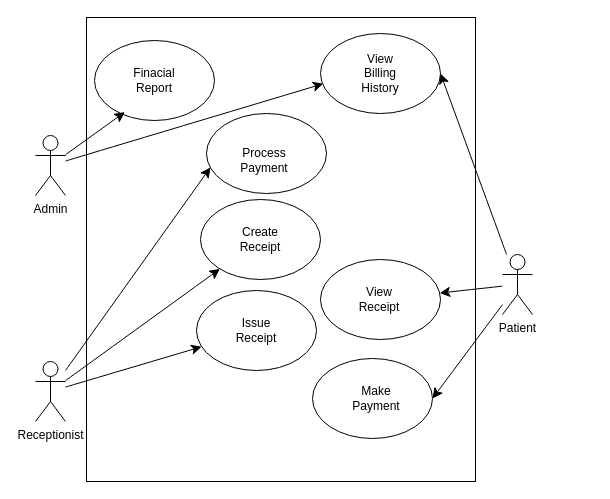
This is page "Page-4" (4 of 5) of UseCaseDiagram.drawio from samoc2023/WebFrameWorkTest, a draw.io file, before an edit. Source tidied: cells renumbered, new cells numbered last; positions are measured from the earlier drawing's top-left corner, leaving out a move shared by most shapes. Both pictures are drawn from the tidied source at 100%, with x=0, y=0 at pixel (35, 17).
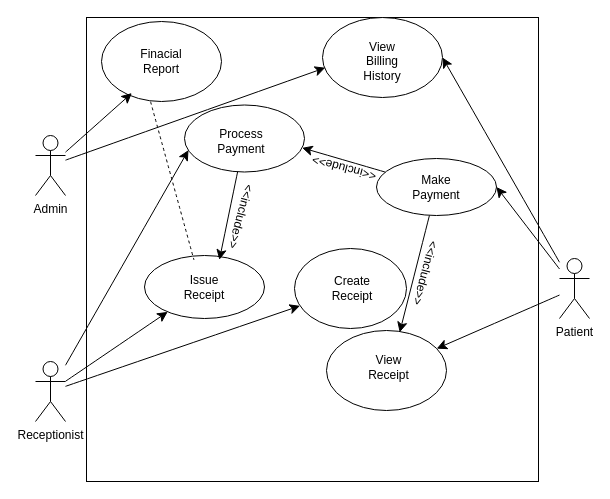
The same diagram, later.

Diff of the diagram source:
```diff
@@
     <mxCell id="2" style="rounded=0;whiteSpace=wrap;html=1;" parent="1" vertex="1">
-      <mxGeometry x="51" width="389" height="464" as="geometry" />
+      <mxGeometry x="51" width="452" height="464" as="geometry" />
     </mxCell>
@@
     <mxCell id="10" value="Patient" style="shape=umlActor;verticalLabelPosition=bottom;verticalAlign=top;html=1;outlineConnect=0;" parent="1" vertex="1">
-      <mxGeometry x="467" y="237" width="30" height="60" as="geometry" />
+      <mxGeometry x="524" y="241" width="30" height="60" as="geometry" />
     </mxCell>
     <mxCell id="11" style="ellipse;whiteSpace=wrap;html=1;" parent="1" vertex="1">
-      <mxGeometry x="171" y="96" width="120" height="80" as="geometry" />
+      <mxGeometry x="149" y="87.5" width="120" height="67" as="geometry" />
     </mxCell>
     <mxCell id="12" style="ellipse;whiteSpace=wrap;html=1;" parent="1" vertex="1">
-      <mxGeometry x="165" y="182" width="120" height="80" as="geometry" />
+      <mxGeometry x="259" y="231" width="112" height="80" as="geometry" />
     </mxCell>
     <mxCell id="13" style="ellipse;whiteSpace=wrap;html=1;" parent="1" vertex="1">
-      <mxGeometry x="285" y="242" width="120" height="80" as="geometry" />
+      <mxGeometry x="291" y="313" width="120" height="80" as="geometry" />
     </mxCell>
+    <mxCell id="28" style="edgeStyle=none;curved=1;rounded=0;jettySize=auto;html=1;entryX=0.61;entryY=0.023;entryDx=0;entryDy=0;fontSize=12;startSize=8;endSize=8;entryPerimeter=0;" parent="1" edge="1" source="14" target="13">
+      <mxGeometry relative="1" as="geometry" />
+    </mxCell>
     <mxCell id="14" style="ellipse;whiteSpace=wrap;html=1;" parent="1" vertex="1">
-      <mxGeometry x="277" y="341" width="120" height="80" as="geometry" />
+      <mxGeometry x="341" y="141" width="120" height="57" as="geometry" />
     </mxCell>
     <mxCell id="15" value="Create Receipt" style="text;html=1;align=center;verticalAlign=middle;whiteSpace=wrap;rounded=0;" parent="1" vertex="1">
-      <mxGeometry x="195" y="207" width="60" height="30" as="geometry" />
+      <mxGeometry x="287" y="256" width="60" height="30" as="geometry" />
     </mxCell>
     <mxCell id="16" value="View Receipt" style="text;html=1;align=center;verticalAlign=middle;whiteSpace=wrap;rounded=0;" parent="1" vertex="1">
-      <mxGeometry x="314" y="267" width="60" height="30" as="geometry" />
+      <mxGeometry x="324" y="335" width="59" height="30" as="geometry" />
     </mxCell>
     <mxCell id="17" value="Make Payment" style="text;html=1;align=center;verticalAlign=middle;whiteSpace=wrap;rounded=0;" parent="1" vertex="1">
-      <mxGeometry x="311" y="366" width="60" height="30" as="geometry" />
+      <mxGeometry x="371" y="154.5" width="60" height="30" as="geometry" />
     </mxCell>
     <mxCell id="18" value="Process Payment" style="text;html=1;align=center;verticalAlign=middle;whiteSpace=wrap;rounded=0;" parent="1" vertex="1">
-      <mxGeometry x="199" y="128" width="60" height="30" as="geometry" />
+      <mxGeometry x="176" y="109" width="60" height="30" as="geometry" />
     </mxCell>
     <mxCell id="19" style="ellipse;whiteSpace=wrap;html=1;" parent="1" vertex="1">
-      <mxGeometry x="161" y="273" width="120" height="80" as="geometry" />
+      <mxGeometry x="109" y="238" width="120" height="63" as="geometry" />
     </mxCell>
     <mxCell id="20" value="Issue Receipt" style="text;html=1;align=center;verticalAlign=middle;whiteSpace=wrap;rounded=0;" parent="1" vertex="1">
-      <mxGeometry x="191" y="298" width="60" height="30" as="geometry" />
+      <mxGeometry x="139" y="254.5" width="60" height="30" as="geometry" />
     </mxCell>
     <mxCell id="21" style="ellipse;whiteSpace=wrap;html=1;" parent="1" vertex="1">
-      <mxGeometry x="285" y="16" width="120" height="80" as="geometry" />
+      <mxGeometry x="287" width="120" height="80" as="geometry" />
     </mxCell>
     <mxCell id="22" value="View Billing History" style="text;html=1;align=center;verticalAlign=middle;whiteSpace=wrap;rounded=0;" parent="1" vertex="1">
-      <mxGeometry x="315" y="41" width="60" height="30" as="geometry" />
+      <mxGeometry x="317" y="29" width="60" height="30" as="geometry" />
     </mxCell>
     <mxCell id="23" style="ellipse;whiteSpace=wrap;html=1;" parent="1" vertex="1">
-      <mxGeometry x="59" y="23" width="120" height="80" as="geometry" />
+      <mxGeometry x="66" y="4" width="120" height="80" as="geometry" />
     </mxCell>
     <mxCell id="24" value="Finacial Report" style="text;html=1;align=center;verticalAlign=middle;whiteSpace=wrap;rounded=0;" parent="1" vertex="1">
-      <mxGeometry x="89" y="48" width="60" height="30" as="geometry" />
+      <mxGeometry x="96" y="29" width="60" height="30" as="geometry" />
     </mxCell>
@@
+    <mxCell id="29" value="&amp;lt;&amp;lt;include&amp;gt;&amp;gt;" style="text;html=1;align=center;verticalAlign=middle;whiteSpace=wrap;rounded=0;rotation=105;" parent="1" vertex="1">
+      <mxGeometry x="360" y="241" width="60" height="30" as="geometry" />
+    </mxCell>
+    <mxCell id="30" value="&amp;lt;&amp;lt;include&amp;gt;&amp;gt;" style="text;html=1;align=center;verticalAlign=middle;whiteSpace=wrap;rounded=0;rotation=-165;" parent="1" vertex="1">
+      <mxGeometry x="279" y="136" width="60" height="30" as="geometry" />
+    </mxCell>
+    <mxCell id="31" style="edgeStyle=none;curved=1;rounded=0;jettySize=auto;html=1;entryX=0.98;entryY=0.639;entryDx=0;entryDy=0;entryPerimeter=0;fontSize=12;startSize=8;endSize=8;" parent="1" edge="1" source="14" target="11">
+      <mxGeometry relative="1" as="geometry" />
+    </mxCell>
+    <mxCell id="32" style="edgeStyle=none;curved=1;rounded=0;jettySize=auto;html=1;entryX=0.624;entryY=0.069;entryDx=0;entryDy=0;entryPerimeter=0;fontSize=12;startSize=8;endSize=8;" parent="1" edge="1" source="11" target="19">
+      <mxGeometry relative="1" as="geometry" />
+    </mxCell>
+    <mxCell id="33" value="&amp;lt;&amp;lt;include&amp;gt;&amp;gt;" style="text;html=1;align=center;verticalAlign=middle;whiteSpace=wrap;rounded=0;rotation=105;" parent="1" vertex="1">
+      <mxGeometry x="176" y="184.5" width="60" height="30" as="geometry" />
+    </mxCell>
+    <mxCell id="34" style="endArrow=none;dashed=1;html=1;rounded=0;fontSize=12;startSize=8;endSize=8;curved=1;entryX=0.412;entryY=0.069;entryDx=0;entryDy=0;entryPerimeter=0;exitX=0.409;exitY=1.003;exitDx=0;exitDy=0;exitPerimeter=0;" parent="1" edge="1" source="23" target="19">
+      <mxGeometry relative="1" as="geometry" />
+    </mxCell>
```
